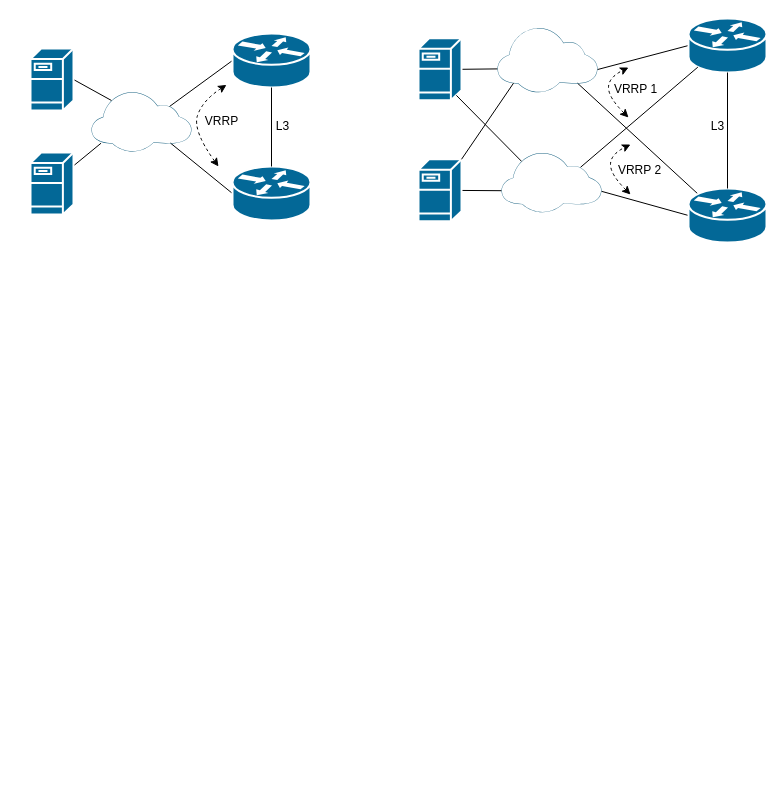
Before: page "L3" (2 of 2) of Diagram/small_nets.drawio in thleontev/Networks, a draw.io diagram. Source tidied: cells renumbered, new cells numbered last; positions are measured from the earlier drawing's top-left corner, leaving out a move shared by most shapes. Both pictures are drawn from the tidied source at 100%, with x=0, y=0 at pixel (30, 18).
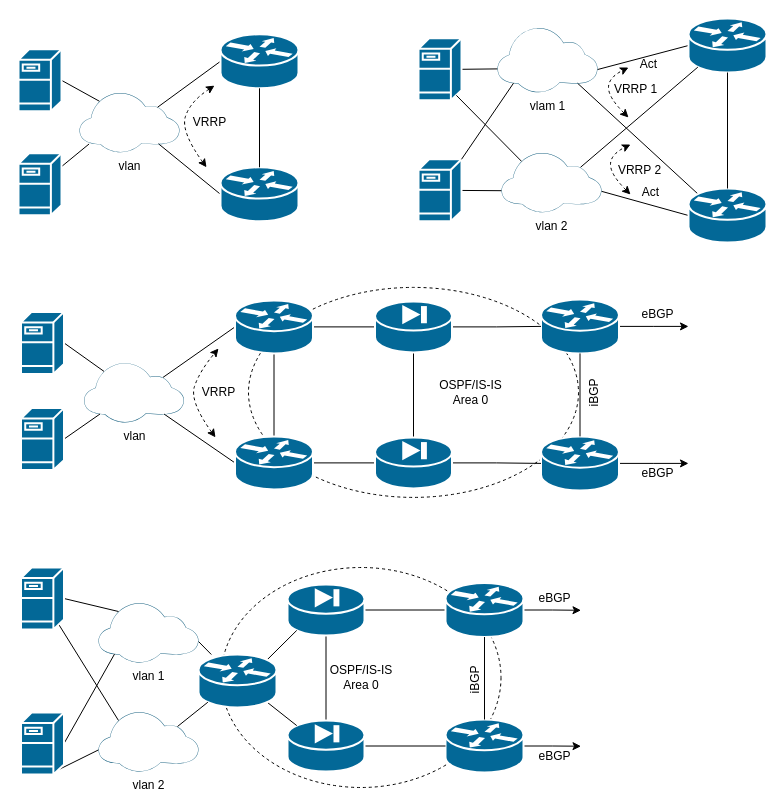
The same diagram, later.

What changed in the source:
```diff
@@
+    <mxCell id="35" value="&lt;div&gt;OSPF/IS-IS&lt;/div&gt;&lt;div&gt;Area 0&lt;br&gt;&lt;/div&gt;" style="ellipse;whiteSpace=wrap;html=1;dashed=1;" parent="1" vertex="1">
+      <mxGeometry x="190.5" y="549" width="280" height="220" as="geometry" />
+    </mxCell>
+    <mxCell id="36" style="ellipse;whiteSpace=wrap;html=1;dashed=1;" parent="1" vertex="1">
+      <mxGeometry x="218" y="268.9" width="330" height="210" as="geometry" />
+    </mxCell>
@@
     <mxCell id="3" style="shape=mxgraph.cisco.servers.fileserver;sketch=0;html=1;dashed=0;fillColor=#036897;strokeColor=#ffffff;strokeWidth=2;verticalLabelPosition=bottom;verticalAlign=top;align=center;outlineConnect=0;" parent="1" vertex="1">
-      <mxGeometry y="30" width="43" height="62" as="geometry" />
+      <mxGeometry x="-12" y="30.8" width="43" height="62" as="geometry" />
     </mxCell>
     <mxCell id="4" style="rounded=0;jettySize=auto;html=1;exitX=0.79;exitY=0.25;exitDx=0;exitDy=0;exitPerimeter=0;entryX=0;entryY=0.5;entryDx=0;entryDy=0;entryPerimeter=0;endArrow=none;endFill=0;" parent="1" edge="1" target="9">
       <mxGeometry relative="1" as="geometry">
-        <mxPoint x="139" y="88" as="sourcePoint" />
+        <mxPoint x="127" y="88.8" as="sourcePoint" />
       </mxGeometry>
     </mxCell>
     <mxCell id="5" style="rounded=0;jettySize=auto;html=1;exitX=0.8;exitY=0.86;exitDx=0;exitDy=0;exitPerimeter=0;entryX=0;entryY=0.5;entryDx=0;entryDy=0;entryPerimeter=0;endArrow=none;endFill=0;" parent="1" edge="1" target="10">
       <mxGeometry relative="1" as="geometry">
-        <mxPoint x="140" y="124.6" as="sourcePoint" />
+        <mxPoint x="128" y="125.3" as="sourcePoint" />
       </mxGeometry>
     </mxCell>
-    <mxCell id="6" style="points=[[0,0.64,0],[0.2,0.15,0],[0.4,0.01,0],[0.79,0.25,0],[1,0.65,0],[0.8,0.86,0],[0.41,1,0],[0.16,0.86,0]];verticalLabelPosition=bottom;sketch=0;html=1;verticalAlign=top;align=center;shape=mxgraph.cisco19.cloud;fillColor=#186180;strokeColor=none;" parent="1" vertex="1">
-      <mxGeometry x="61" y="73" width="100" height="60" as="geometry" />
+    <mxCell id="6" value="vlan" style="points=[[0,0.64,0],[0.2,0.15,0],[0.4,0.01,0],[0.79,0.25,0],[1,0.65,0],[0.8,0.86,0],[0.41,1,0],[0.16,0.86,0]];verticalLabelPosition=bottom;sketch=0;html=1;verticalAlign=top;align=center;shape=mxgraph.cisco19.cloud;fillColor=#186180;strokeColor=none;" parent="1" vertex="1">
+      <mxGeometry x="49" y="73.8" width="100" height="60" as="geometry" />
     </mxCell>
@@
     <mxCell id="8" style="shape=mxgraph.cisco.servers.fileserver;sketch=0;html=1;dashed=0;fillColor=#036897;strokeColor=#ffffff;strokeWidth=2;verticalLabelPosition=bottom;verticalAlign=top;align=center;outlineConnect=0;" parent="1" vertex="1">
-      <mxGeometry y="134" width="43" height="62" as="geometry" />
+      <mxGeometry x="-12" y="134.8" width="43" height="62" as="geometry" />
     </mxCell>
     <mxCell id="9" style="shape=mxgraph.cisco.routers.router;sketch=0;html=1;dashed=0;fillColor=#036897;strokeColor=#ffffff;strokeWidth=2;verticalLabelPosition=bottom;verticalAlign=top;align=center;outlineConnect=0;" parent="1" vertex="1">
-      <mxGeometry x="202" y="15" width="78" height="54" as="geometry" />
+      <mxGeometry x="190" y="15.8" width="78" height="54" as="geometry" />
     </mxCell>
     <mxCell id="10" style="shape=mxgraph.cisco.routers.router;sketch=0;html=1;dashed=0;fillColor=#036897;strokeColor=#ffffff;strokeWidth=2;verticalLabelPosition=bottom;verticalAlign=top;align=center;outlineConnect=0;" parent="1" vertex="1">
-      <mxGeometry x="202" y="148" width="78" height="54" as="geometry" />
+      <mxGeometry x="190" y="148.8" width="78" height="54" as="geometry" />
     </mxCell>
@@
-    <mxCell id="12" value="L3" style="text;html=1;align=center;verticalAlign=middle;strokeColor=none;fillColor=none;" parent="1" vertex="1">
-      <mxGeometry x="232" y="93" width="40" height="30" as="geometry" />
-    </mxCell>
@@
-    <mxCell id="18" style="points=[[0,0.64,0],[0.2,0.15,0],[0.4,0.01,0],[0.79,0.25,0],[1,0.65,0],[0.8,0.86,0],[0.41,1,0],[0.16,0.86,0]];verticalLabelPosition=bottom;sketch=0;html=1;verticalAlign=top;align=center;shape=mxgraph.cisco19.cloud;fillColor=#186180;strokeColor=none;" parent="1" vertex="1">
+    <mxCell id="18" value="vlam 1" style="points=[[0,0.64,0],[0.2,0.15,0],[0.4,0.01,0],[0.79,0.25,0],[1,0.65,0],[0.8,0.86,0],[0.41,1,0],[0.16,0.86,0]];verticalLabelPosition=bottom;sketch=0;html=1;verticalAlign=top;align=center;shape=mxgraph.cisco19.cloud;fillColor=#186180;strokeColor=none;" parent="1" vertex="1">
       <mxGeometry x="467" y="8.8" width="100" height="65" as="geometry" />
     </mxCell>
@@
-    <mxCell id="24" value="L3" style="text;html=1;align=center;verticalAlign=middle;strokeColor=none;fillColor=none;" parent="1" vertex="1">
-      <mxGeometry x="667" y="93.2" width="40" height="30" as="geometry" />
-    </mxCell>
@@
-    <mxCell id="26" style="points=[[0,0.64,0],[0.2,0.15,0],[0.4,0.01,0],[0.79,0.25,0],[1,0.65,0],[0.8,0.86,0],[0.41,1,0],[0.16,0.86,0]];verticalLabelPosition=bottom;sketch=0;html=1;verticalAlign=top;align=center;shape=mxgraph.cisco19.cloud;fillColor=#186180;strokeColor=none;" parent="1" vertex="1">
+    <mxCell id="26" value="vlan 2" style="points=[[0,0.64,0],[0.2,0.15,0],[0.4,0.01,0],[0.79,0.25,0],[1,0.65,0],[0.8,0.86,0],[0.41,1,0],[0.16,0.86,0]];verticalLabelPosition=bottom;sketch=0;html=1;verticalAlign=top;align=center;shape=mxgraph.cisco19.cloud;fillColor=#186180;strokeColor=none;" parent="1" vertex="1">
       <mxGeometry x="471" y="133.8" width="100" height="60" as="geometry" />
     </mxCell>
@@
     <mxCell id="29" style="curved=1;endArrow=classic;html=1;rounded=0;startArrow=classic;startFill=1;dashed=1;" parent="1" edge="1">
       <mxGeometry relative="1" as="geometry">
-        <mxPoint x="188" y="148" as="sourcePoint" />
-        <mxPoint x="196" y="66.4" as="targetPoint" />
+        <mxPoint x="176" y="148.8" as="sourcePoint" />
+        <mxPoint x="184" y="67.1" as="targetPoint" />
         <Array as="points">
-          <mxPoint x="162" y="112" />
-          <mxPoint x="172" y="82" />
+          <mxPoint x="150" y="112.8" />
+          <mxPoint x="160" y="82.8" />
         </Array>
       </mxGeometry>
     </mxCell>
     <mxCell id="30" value="VRRP" style="text;html=1;align=center;verticalAlign=middle;strokeColor=none;fillColor=none;" parent="1" vertex="1">
-      <mxGeometry x="161" y="88" width="60" height="30" as="geometry" />
+      <mxGeometry x="149" y="88.8" width="60" height="30" as="geometry" />
     </mxCell>
@@
+    <mxCell id="37" style="edgeStyle=orthogonalEdgeStyle;rounded=0;jettySize=auto;html=1;exitX=1;exitY=0.5;exitDx=0;exitDy=0;exitPerimeter=0;" parent="1" edge="1" source="38">
+      <mxGeometry relative="1" as="geometry">
+        <mxPoint x="658" y="307.9" as="targetPoint" />
+      </mxGeometry>
+    </mxCell>
+    <mxCell id="38" style="shape=mxgraph.cisco.routers.router;sketch=0;html=1;dashed=0;fillColor=#036897;strokeColor=#ffffff;strokeWidth=2;verticalLabelPosition=bottom;verticalAlign=top;align=center;outlineConnect=0;" parent="1" vertex="1">
+      <mxGeometry x="510.5" y="280.9" width="78" height="54" as="geometry" />
+    </mxCell>
+    <mxCell id="39" style="edgeStyle=orthogonalEdgeStyle;rounded=0;jettySize=auto;html=1;exitX=1;exitY=0.5;exitDx=0;exitDy=0;exitPerimeter=0;" parent="1" edge="1" source="40">
+      <mxGeometry relative="1" as="geometry">
+        <mxPoint x="658" y="444.9" as="targetPoint" />
+      </mxGeometry>
+    </mxCell>
+    <mxCell id="40" style="shape=mxgraph.cisco.routers.router;sketch=0;html=1;dashed=0;fillColor=#036897;strokeColor=#ffffff;strokeWidth=2;verticalLabelPosition=bottom;verticalAlign=top;align=center;outlineConnect=0;" parent="1" vertex="1">
+      <mxGeometry x="510.5" y="417.9" width="78" height="54" as="geometry" />
+    </mxCell>
+    <mxCell id="41" style="endArrow=none;html=1;rounded=0;entryX=0.5;entryY=1;entryDx=0;entryDy=0;entryPerimeter=0;exitX=0.5;exitY=0;exitDx=0;exitDy=0;exitPerimeter=0;" parent="1" edge="1" source="40" target="38">
+      <mxGeometry relative="1" as="geometry" />
+    </mxCell>
+    <mxCell id="42" style="rounded=0;jettySize=auto;html=1;exitX=0.5;exitY=1;exitDx=0;exitDy=0;exitPerimeter=0;endArrow=none;endFill=0;" parent="1" edge="1" source="45" target="48">
+      <mxGeometry relative="1" as="geometry" />
+    </mxCell>
+    <mxCell id="43" style="edgeStyle=orthogonalEdgeStyle;rounded=0;jettySize=auto;html=1;exitX=1;exitY=0.5;exitDx=0;exitDy=0;exitPerimeter=0;entryX=0;entryY=0.5;entryDx=0;entryDy=0;entryPerimeter=0;endArrow=none;endFill=0;" parent="1" edge="1" source="45" target="38">
+      <mxGeometry relative="1" as="geometry" />
+    </mxCell>
+    <mxCell id="44" style="edgeStyle=orthogonalEdgeStyle;rounded=0;jettySize=auto;html=1;exitX=0;exitY=0.5;exitDx=0;exitDy=0;exitPerimeter=0;entryX=1;entryY=0.5;entryDx=0;entryDy=0;entryPerimeter=0;endArrow=none;endFill=0;" parent="1" edge="1" source="45" target="53">
+      <mxGeometry relative="1" as="geometry" />
+    </mxCell>
+    <mxCell id="45" style="shape=mxgraph.cisco.security.pix_firewall;sketch=0;html=1;dashed=0;fillColor=#036897;strokeColor=#ffffff;strokeWidth=2;verticalLabelPosition=bottom;verticalAlign=top;align=center;outlineConnect=0;" parent="1" vertex="1">
+      <mxGeometry x="344.5" y="282.9" width="77" height="51" as="geometry" />
+    </mxCell>
+    <mxCell id="46" style="edgeStyle=orthogonalEdgeStyle;rounded=0;jettySize=auto;html=1;exitX=1;exitY=0.5;exitDx=0;exitDy=0;exitPerimeter=0;endArrow=none;endFill=0;" parent="1" edge="1" source="48" target="40">
+      <mxGeometry relative="1" as="geometry" />
+    </mxCell>
+    <mxCell id="47" style="edgeStyle=orthogonalEdgeStyle;rounded=0;jettySize=auto;html=1;exitX=0;exitY=0.5;exitDx=0;exitDy=0;exitPerimeter=0;entryX=1;entryY=0.5;entryDx=0;entryDy=0;entryPerimeter=0;endArrow=none;endFill=0;" parent="1" edge="1" source="48" target="90">
+      <mxGeometry relative="1" as="geometry" />
+    </mxCell>
+    <mxCell id="48" style="shape=mxgraph.cisco.security.pix_firewall;sketch=0;html=1;dashed=0;fillColor=#036897;strokeColor=#ffffff;strokeWidth=2;verticalLabelPosition=bottom;verticalAlign=top;align=center;outlineConnect=0;" parent="1" vertex="1">
+      <mxGeometry x="344.5" y="418.9" width="77" height="51" as="geometry" />
+    </mxCell>
+    <mxCell id="49" style="rounded=0;jettySize=auto;html=1;exitX=0.79;exitY=0.25;exitDx=0;exitDy=0;exitPerimeter=0;entryX=0;entryY=0.5;entryDx=0;entryDy=0;entryPerimeter=0;endArrow=none;endFill=0;" parent="1" edge="1" source="51" target="53">
+      <mxGeometry relative="1" as="geometry" />
+    </mxCell>
+    <mxCell id="50" style="rounded=0;jettySize=auto;html=1;exitX=0.8;exitY=0.86;exitDx=0;exitDy=0;exitPerimeter=0;entryX=0;entryY=0.5;entryDx=0;entryDy=0;entryPerimeter=0;endArrow=none;endFill=0;" parent="1" edge="1" source="51" target="90">
+      <mxGeometry relative="1" as="geometry" />
+    </mxCell>
+    <mxCell id="51" value="vlan" style="points=[[0,0.64,0],[0.2,0.15,0],[0.4,0.01,0],[0.79,0.25,0],[1,0.65,0],[0.8,0.86,0],[0.41,1,0],[0.16,0.86,0]];verticalLabelPosition=bottom;sketch=0;html=1;verticalAlign=top;align=center;shape=mxgraph.cisco19.cloud;fillColor=#186180;strokeColor=none;" parent="1" vertex="1">
+      <mxGeometry x="53.5" y="343.9" width="100" height="60" as="geometry" />
+    </mxCell>
+    <mxCell id="52" style="edgeStyle=orthogonalEdgeStyle;rounded=0;jettySize=auto;html=1;exitX=0.5;exitY=1;exitDx=0;exitDy=0;exitPerimeter=0;entryX=0.5;entryY=0;entryDx=0;entryDy=0;entryPerimeter=0;endArrow=none;endFill=0;" parent="1" edge="1" source="53" target="90">
+      <mxGeometry relative="1" as="geometry" />
+    </mxCell>
+    <mxCell id="53" style="shape=mxgraph.cisco.routers.router;sketch=0;html=1;dashed=0;fillColor=#036897;strokeColor=#ffffff;strokeWidth=2;verticalLabelPosition=bottom;verticalAlign=top;align=center;outlineConnect=0;" parent="1" vertex="1">
+      <mxGeometry x="204.5" y="281.9" width="78" height="53" as="geometry" />
+    </mxCell>
+    <mxCell id="54" style="rounded=0;jettySize=auto;html=1;exitX=1;exitY=0.5;exitDx=0;exitDy=0;exitPerimeter=0;entryX=0.2;entryY=0.15;entryDx=0;entryDy=0;entryPerimeter=0;endArrow=none;endFill=0;" parent="1" edge="1" source="55" target="51">
+      <mxGeometry relative="1" as="geometry" />
+    </mxCell>
+    <mxCell id="55" style="shape=mxgraph.cisco.servers.fileserver;sketch=0;html=1;dashed=0;fillColor=#036897;strokeColor=#ffffff;strokeWidth=2;verticalLabelPosition=bottom;verticalAlign=top;align=center;outlineConnect=0;" parent="1" vertex="1">
+      <mxGeometry x="-9.5" y="293.4" width="43" height="62" as="geometry" />
+    </mxCell>
+    <mxCell id="56" style="rounded=0;jettySize=auto;html=1;exitX=1;exitY=0.5;exitDx=0;exitDy=0;exitPerimeter=0;entryX=0.16;entryY=0.86;entryDx=0;entryDy=0;entryPerimeter=0;endArrow=none;endFill=0;" parent="1" edge="1" source="57" target="51">
+      <mxGeometry relative="1" as="geometry" />
+    </mxCell>
+    <mxCell id="57" style="shape=mxgraph.cisco.servers.fileserver;sketch=0;html=1;dashed=0;fillColor=#036897;strokeColor=#ffffff;strokeWidth=2;verticalLabelPosition=bottom;verticalAlign=top;align=center;outlineConnect=0;" parent="1" vertex="1">
+      <mxGeometry x="-9.5" y="389.6" width="43" height="62" as="geometry" />
+    </mxCell>
+    <mxCell id="58" style="edgeStyle=orthogonalEdgeStyle;rounded=0;jettySize=auto;html=1;exitX=0;exitY=0.5;exitDx=0;exitDy=0;exitPerimeter=0;entryX=1;entryY=0.5;entryDx=0;entryDy=0;entryPerimeter=0;endArrow=none;endFill=0;" parent="1" edge="1" source="60" target="65">
+      <mxGeometry relative="1" as="geometry" />
+    </mxCell>
+    <mxCell id="59" style="edgeStyle=orthogonalEdgeStyle;rounded=0;jettySize=auto;html=1;exitX=1;exitY=0.5;exitDx=0;exitDy=0;exitPerimeter=0;" parent="1" edge="1" source="60">
+      <mxGeometry relative="1" as="geometry">
+        <mxPoint x="550.5" y="591.8" as="targetPoint" />
+      </mxGeometry>
+    </mxCell>
+    <mxCell id="60" style="shape=mxgraph.cisco.routers.router;sketch=0;html=1;dashed=0;fillColor=#036897;strokeColor=#ffffff;strokeWidth=2;verticalLabelPosition=bottom;verticalAlign=top;align=center;outlineConnect=0;" parent="1" vertex="1">
+      <mxGeometry x="415" y="564.5" width="78" height="54" as="geometry" />
+    </mxCell>
+    <mxCell id="61" style="edgeStyle=orthogonalEdgeStyle;rounded=0;jettySize=auto;html=1;exitX=1;exitY=0.5;exitDx=0;exitDy=0;exitPerimeter=0;" parent="1" edge="1" source="62">
+      <mxGeometry relative="1" as="geometry">
+        <mxPoint x="550.5" y="727.7" as="targetPoint" />
+      </mxGeometry>
+    </mxCell>
+    <mxCell id="62" style="shape=mxgraph.cisco.routers.router;sketch=0;html=1;dashed=0;fillColor=#036897;strokeColor=#ffffff;strokeWidth=2;verticalLabelPosition=bottom;verticalAlign=top;align=center;outlineConnect=0;" parent="1" vertex="1">
+      <mxGeometry x="415" y="701" width="78" height="53" as="geometry" />
+    </mxCell>
+    <mxCell id="63" style="endArrow=none;html=1;rounded=0;entryX=0.5;entryY=1;entryDx=0;entryDy=0;entryPerimeter=0;exitX=0.5;exitY=0;exitDx=0;exitDy=0;exitPerimeter=0;" parent="1" edge="1" source="62" target="60">
+      <mxGeometry relative="1" as="geometry" />
+    </mxCell>
+    <mxCell id="64" style="rounded=0;jettySize=auto;html=1;exitX=0.5;exitY=1;exitDx=0;exitDy=0;exitPerimeter=0;endArrow=none;endFill=0;" parent="1" edge="1" source="65" target="67">
+      <mxGeometry relative="1" as="geometry" />
+    </mxCell>
+    <mxCell id="65" style="shape=mxgraph.cisco.security.pix_firewall;sketch=0;html=1;dashed=0;fillColor=#036897;strokeColor=#ffffff;strokeWidth=2;verticalLabelPosition=bottom;verticalAlign=top;align=center;outlineConnect=0;" parent="1" vertex="1">
+      <mxGeometry x="257" y="566" width="77" height="51" as="geometry" />
+    </mxCell>
+    <mxCell id="66" style="edgeStyle=orthogonalEdgeStyle;rounded=0;jettySize=auto;html=1;exitX=1;exitY=0.5;exitDx=0;exitDy=0;exitPerimeter=0;entryX=0;entryY=0.5;entryDx=0;entryDy=0;entryPerimeter=0;endArrow=none;endFill=0;" parent="1" edge="1" source="67" target="62">
+      <mxGeometry relative="1" as="geometry" />
+    </mxCell>
+    <mxCell id="67" style="shape=mxgraph.cisco.security.pix_firewall;sketch=0;html=1;dashed=0;fillColor=#036897;strokeColor=#ffffff;strokeWidth=2;verticalLabelPosition=bottom;verticalAlign=top;align=center;outlineConnect=0;" parent="1" vertex="1">
+      <mxGeometry x="257" y="702" width="77" height="51" as="geometry" />
+    </mxCell>
+    <mxCell id="68" style="rounded=0;jettySize=auto;html=1;entryX=0.12;entryY=0.9;entryDx=0;entryDy=0;entryPerimeter=0;endArrow=none;endFill=0;exitX=0.88;exitY=0.1;exitDx=0;exitDy=0;exitPerimeter=0;" parent="1" edge="1" source="73" target="65">
+      <mxGeometry relative="1" as="geometry" />
+    </mxCell>
+    <mxCell id="69" style="rounded=0;jettySize=auto;html=1;entryX=0.12;entryY=0.1;entryDx=0;entryDy=0;entryPerimeter=0;endArrow=none;endFill=0;exitX=0.88;exitY=0.9;exitDx=0;exitDy=0;exitPerimeter=0;" parent="1" edge="1" source="73" target="67">
+      <mxGeometry relative="1" as="geometry" />
+    </mxCell>
+    <mxCell id="70" style="rounded=0;jettySize=auto;html=1;exitX=0;exitY=0.64;exitDx=0;exitDy=0;exitPerimeter=0;entryX=1;entryY=0.5;entryDx=0;entryDy=0;entryPerimeter=0;endArrow=none;endFill=0;" parent="1" edge="1" target="73">
+      <mxGeometry relative="1" as="geometry">
+        <mxPoint x="173" y="666.4" as="sourcePoint" />
+      </mxGeometry>
+    </mxCell>
+    <mxCell id="71" style="rounded=0;jettySize=auto;html=1;entryX=1;entryY=0.65;entryDx=0;entryDy=0;entryPerimeter=0;endArrow=none;endFill=0;" parent="1" edge="1" source="73" target="72">
+      <mxGeometry relative="1" as="geometry" />
+    </mxCell>
+    <mxCell id="72" value="vlan 1" style="points=[[0,0.64,0],[0.2,0.15,0],[0.4,0.01,0],[0.79,0.25,0],[1,0.65,0],[0.8,0.86,0],[0.41,1,0],[0.16,0.86,0]];verticalLabelPosition=bottom;sketch=0;html=1;verticalAlign=top;align=center;shape=mxgraph.cisco19.cloud;fillColor=#186180;strokeColor=none;" parent="1" vertex="1">
+      <mxGeometry x="68" y="584" width="100" height="60" as="geometry" />
+    </mxCell>
+    <mxCell id="73" style="shape=mxgraph.cisco.routers.router;sketch=0;html=1;dashed=0;fillColor=#036897;strokeColor=#ffffff;strokeWidth=2;verticalLabelPosition=bottom;verticalAlign=top;align=center;outlineConnect=0;" parent="1" vertex="1">
+      <mxGeometry x="168" y="636" width="78" height="53" as="geometry" />
+    </mxCell>
+    <mxCell id="74" style="rounded=0;jettySize=auto;html=1;exitX=1;exitY=0.5;exitDx=0;exitDy=0;exitPerimeter=0;entryX=0.2;entryY=0.15;entryDx=0;entryDy=0;entryPerimeter=0;endArrow=none;endFill=0;" parent="1" edge="1" source="76" target="72">
+      <mxGeometry relative="1" as="geometry" />
+    </mxCell>
+    <mxCell id="75" style="rounded=0;jettySize=auto;html=1;exitX=0.88;exitY=0.92;exitDx=0;exitDy=0;exitPerimeter=0;endArrow=none;endFill=0;entryX=0.2;entryY=0.15;entryDx=0;entryDy=0;entryPerimeter=0;" parent="1" edge="1" source="76" target="80">
+      <mxGeometry relative="1" as="geometry" />
+    </mxCell>
+    <mxCell id="76" style="shape=mxgraph.cisco.servers.fileserver;sketch=0;html=1;dashed=0;fillColor=#036897;strokeColor=#ffffff;strokeWidth=2;verticalLabelPosition=bottom;verticalAlign=top;align=center;outlineConnect=0;" parent="1" vertex="1">
+      <mxGeometry x="-9.5" y="549" width="43" height="62" as="geometry" />
+    </mxCell>
+    <mxCell id="77" style="rounded=0;jettySize=auto;html=1;exitX=1;exitY=0.5;exitDx=0;exitDy=0;exitPerimeter=0;entryX=0.16;entryY=0.86;entryDx=0;entryDy=0;entryPerimeter=0;endArrow=none;endFill=0;" parent="1" edge="1" source="79" target="72">
+      <mxGeometry relative="1" as="geometry" />
+    </mxCell>
+    <mxCell id="78" style="rounded=0;jettySize=auto;html=1;exitX=0.88;exitY=0.92;exitDx=0;exitDy=0;exitPerimeter=0;entryX=0;entryY=0.64;entryDx=0;entryDy=0;entryPerimeter=0;endArrow=none;endFill=0;" parent="1" edge="1" source="79" target="80">
+      <mxGeometry relative="1" as="geometry" />
+    </mxCell>
+    <mxCell id="79" style="shape=mxgraph.cisco.servers.fileserver;sketch=0;html=1;dashed=0;fillColor=#036897;strokeColor=#ffffff;strokeWidth=2;verticalLabelPosition=bottom;verticalAlign=top;align=center;outlineConnect=0;" parent="1" vertex="1">
+      <mxGeometry x="-9.5" y="694" width="43" height="62" as="geometry" />
+    </mxCell>
+    <mxCell id="80" value="vlan 2" style="points=[[0,0.64,0],[0.2,0.15,0],[0.4,0.01,0],[0.79,0.25,0],[1,0.65,0],[0.8,0.86,0],[0.41,1,0],[0.16,0.86,0]];verticalLabelPosition=bottom;sketch=0;html=1;verticalAlign=top;align=center;shape=mxgraph.cisco19.cloud;fillColor=#186180;strokeColor=none;" parent="1" vertex="1">
+      <mxGeometry x="68" y="693" width="100" height="60" as="geometry" />
+    </mxCell>
+    <mxCell id="81" style="rounded=0;jettySize=auto;html=1;exitX=0.79;exitY=0.25;exitDx=0;exitDy=0;exitPerimeter=0;entryX=0.12;entryY=0.9;entryDx=0;entryDy=0;entryPerimeter=0;startArrow=none;startFill=0;endArrow=none;endFill=0;" parent="1" edge="1" source="80" target="73">
+      <mxGeometry relative="1" as="geometry" />
+    </mxCell>
+    <mxCell id="82" value="Act" style="text;html=1;align=center;verticalAlign=middle;strokeColor=none;fillColor=none;" parent="1" vertex="1">
+      <mxGeometry x="598" y="30.8" width="40" height="30" as="geometry" />
+    </mxCell>
+    <mxCell id="83" value="Act" style="text;html=1;align=center;verticalAlign=middle;strokeColor=none;fillColor=none;" parent="1" vertex="1">
+      <mxGeometry x="600" y="158.8" width="40" height="30" as="geometry" />
+    </mxCell>
+    <mxCell id="84" value="eBGP" style="text;html=1;align=center;verticalAlign=middle;strokeColor=none;fillColor=none;" parent="1" vertex="1">
+      <mxGeometry x="597" y="280.9" width="60" height="30" as="geometry" />
+    </mxCell>
+    <mxCell id="85" value="eBGP" style="text;html=1;align=center;verticalAlign=middle;strokeColor=none;fillColor=none;" parent="1" vertex="1">
+      <mxGeometry x="597" y="439.9" width="60" height="30" as="geometry" />
+    </mxCell>
+    <mxCell id="86" value="iBGP" style="text;html=1;align=center;verticalAlign=middle;strokeColor=none;fillColor=none;rotation=-90;" parent="1" vertex="1">
+      <mxGeometry x="538.5" y="360.5" width="50" height="30" as="geometry" />
+    </mxCell>
+    <mxCell id="87" value="eBGP" style="text;html=1;align=center;verticalAlign=middle;strokeColor=none;fillColor=none;" parent="1" vertex="1">
+      <mxGeometry x="493.5" y="564.5" width="60" height="30" as="geometry" />
+    </mxCell>
+    <mxCell id="88" value="eBGP" style="text;html=1;align=center;verticalAlign=middle;strokeColor=none;fillColor=none;" parent="1" vertex="1">
+      <mxGeometry x="493.5" y="723" width="60" height="30" as="geometry" />
+    </mxCell>
+    <mxCell id="89" value="iBGP" style="text;html=1;align=center;verticalAlign=middle;strokeColor=none;fillColor=none;rotation=-90;" parent="1" vertex="1">
+      <mxGeometry x="419.5" y="647.5" width="50" height="30" as="geometry" />
+    </mxCell>
+    <mxCell id="90" style="shape=mxgraph.cisco.routers.router;sketch=0;html=1;dashed=0;fillColor=#036897;strokeColor=#ffffff;strokeWidth=2;verticalLabelPosition=bottom;verticalAlign=top;align=center;outlineConnect=0;" parent="1" vertex="1">
+      <mxGeometry x="204.5" y="417.9" width="78" height="53" as="geometry" />
+    </mxCell>
+    <mxCell id="91" value="&lt;div&gt;OSPF/IS-IS&lt;/div&gt;&lt;div&gt;Area 0&lt;br&gt;&lt;/div&gt;" style="text;html=1;align=center;verticalAlign=middle;strokeColor=none;fillColor=none;" parent="1" vertex="1">
+      <mxGeometry x="394.5" y="353.9" width="90" height="40" as="geometry" />
+    </mxCell>
+    <mxCell id="92" style="curved=1;endArrow=classic;html=1;rounded=0;startArrow=classic;startFill=1;dashed=1;" parent="1" edge="1">
+      <mxGeometry relative="1" as="geometry">
+        <mxPoint x="185" y="418.9" as="sourcePoint" />
+        <mxPoint x="188" y="330" as="targetPoint" />
+        <Array as="points">
+          <mxPoint x="159" y="382.9" />
+          <mxPoint x="169" y="352.9" />
+        </Array>
+      </mxGeometry>
+    </mxCell>
+    <mxCell id="93" value="VRRP" style="text;html=1;align=center;verticalAlign=middle;strokeColor=none;fillColor=none;" parent="1" vertex="1">
+      <mxGeometry x="158" y="358.9" width="60" height="30" as="geometry" />
+    </mxCell>
```
